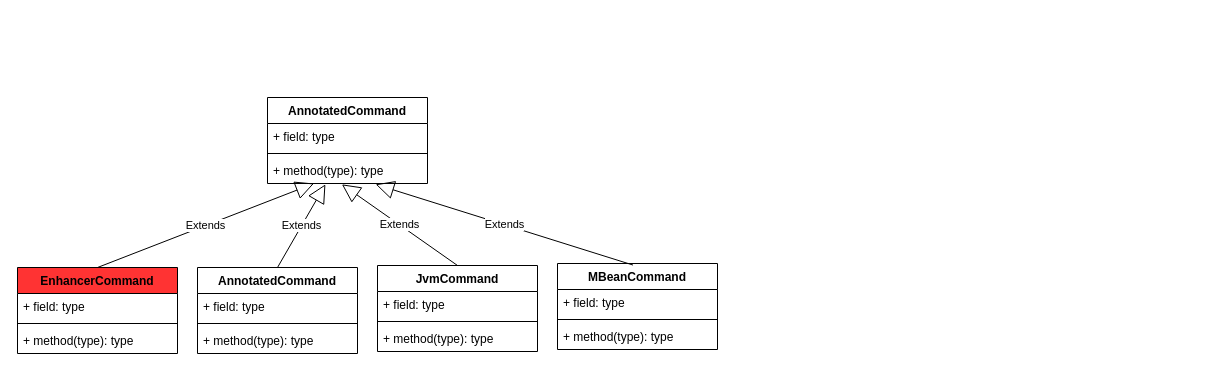
Earlier version of the draw.io diagram page "core" (1 of 10) of arthas.drawio (tadsimons/draw). Source tidied: cells renumbered, new cells numbered last; positions are measured from the earlier drawing's top-left corner, leaving out a move shared by most shapes. Both pictures are drawn from the tidied source at 100%, with x=0, y=0 at pixel (17, 97).
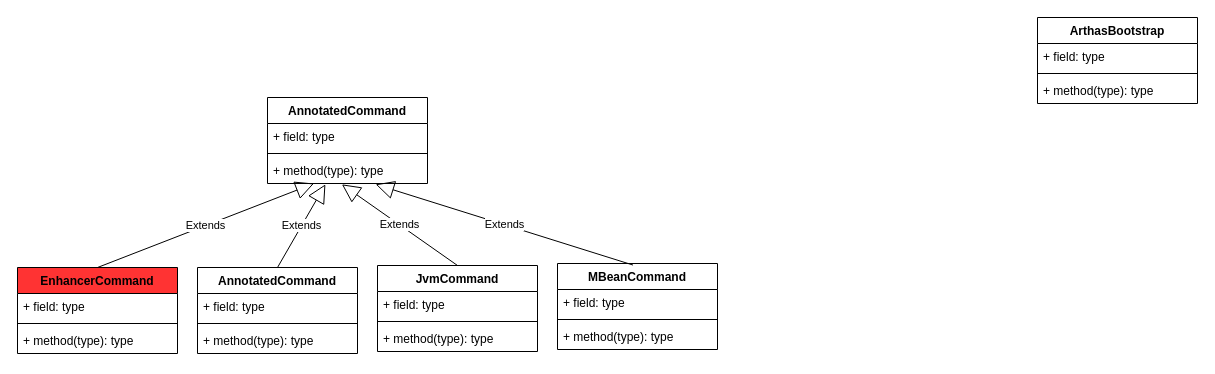
Above is the later version.

Diff of the diagram source:
```diff
@@
+    <mxCell id="26" value="ArthasBootstrap" style="swimlane;fontStyle=1;align=center;verticalAlign=top;horizontal=1;startSize=26;fillColor=#FFFFFF;" parent="1" vertex="1">
+      <mxGeometry x="1020" y="-80" width="160" height="86" as="geometry" />
+    </mxCell>
+    <mxCell id="27" value="+ field: type" style="text;strokeColor=none;fillColor=none;align=left;verticalAlign=top;spacingLeft=4;spacingRight=4;overflow=hidden;" parent="26" vertex="1">
+      <mxGeometry y="26" width="160" height="26" as="geometry" />
+    </mxCell>
+    <mxCell id="28" style="line;strokeWidth=1;fillColor=none;align=left;verticalAlign=middle;spacingTop=-1;spacingLeft=3;spacingRight=3;labelPosition=right;" parent="26" vertex="1">
+      <mxGeometry y="52" width="160" height="8" as="geometry" />
+    </mxCell>
+    <mxCell id="29" value="+ method(type): type" style="text;strokeColor=none;fillColor=none;align=left;verticalAlign=top;spacingLeft=4;spacingRight=4;overflow=hidden;" parent="26" vertex="1">
+      <mxGeometry y="60" width="160" height="26" as="geometry" />
+    </mxCell>
```
